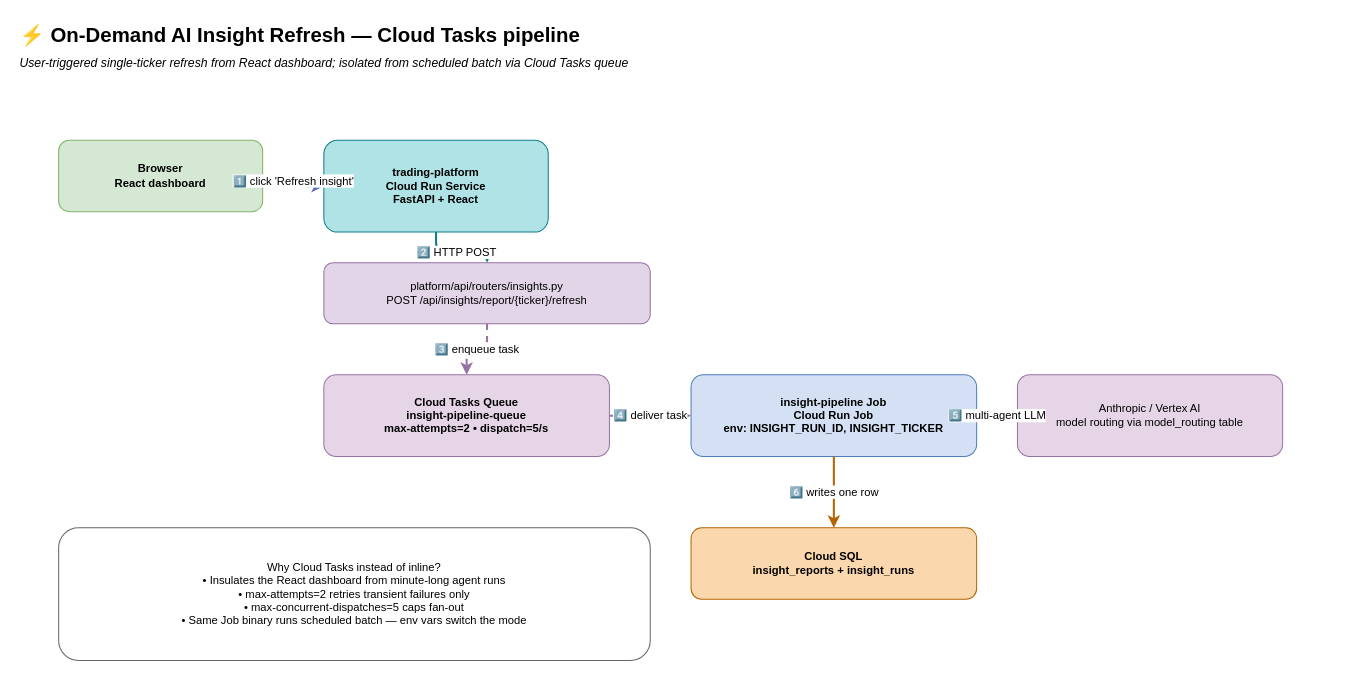
This is page "⚡ Insight Refresh" (4 of 7) of Architecture.drawio from TeneikaAskew/stocks, a draw.io file, before an edit. Source tidied: cells renumbered, new cells numbered last; positions are measured from the earlier drawing's top-left corner, leaving out a move shared by most shapes. Both pictures are drawn from the tidied source at 102%, with x=0, y=0 at pixel (17, 17).
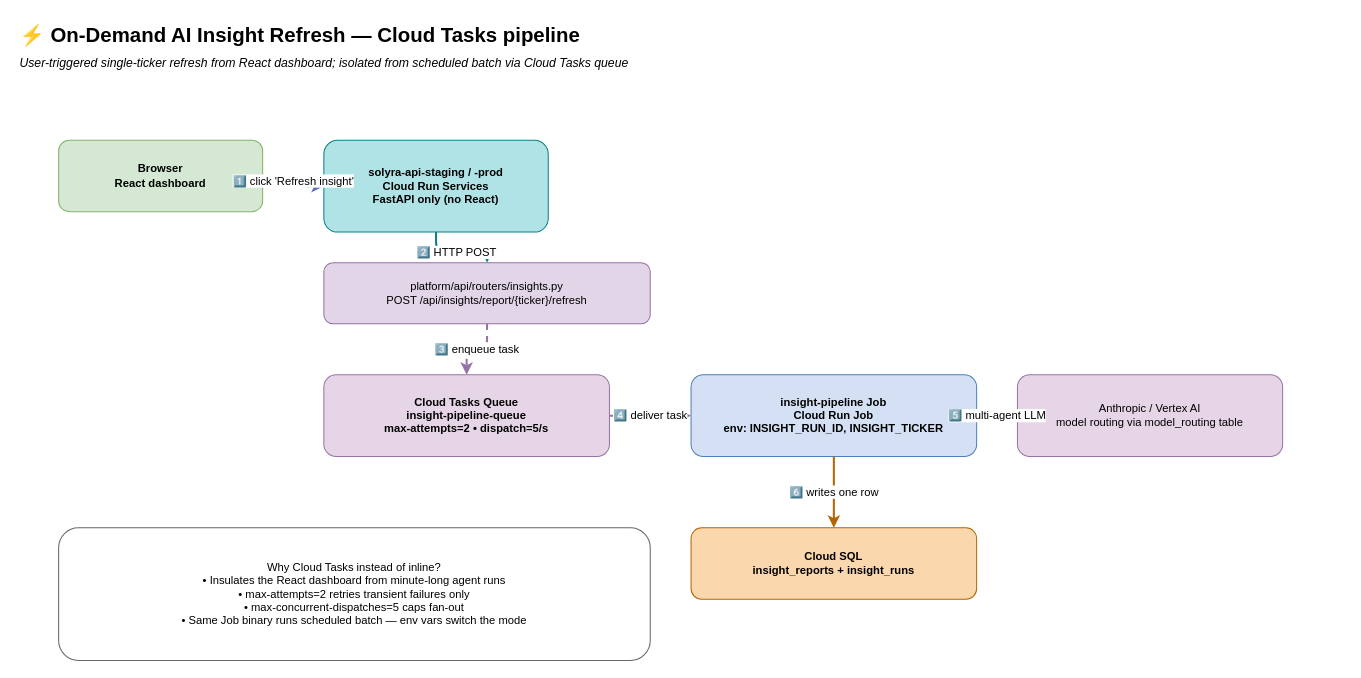
Above is the later version.

The edit, as a diff of the source:
```diff
@@
 <mxGraphModel>
   <root>
     <mxCell id="0" />
     <mxCell id="1" parent="0" />
     <mxCell id="2" value="⚡ On-Demand AI Insight Refresh — Cloud Tasks pipeline" style="text;html=1;strokeColor=none;fillColor=none;align=left;verticalAlign=middle;whiteSpace=wrap;rounded=0;fontSize=20;fontStyle=1;" parent="1" vertex="1">
       <mxGeometry width="1300" height="32" as="geometry" />
     </mxCell>
     <mxCell id="3" value="User-triggered single-ticker refresh from React dashboard; isolated from scheduled batch via Cloud Tasks queue" style="text;html=1;strokeColor=none;fillColor=none;align=left;verticalAlign=middle;whiteSpace=wrap;rounded=0;fontSize=12;fontStyle=0;fontStyle=2;" parent="1" vertex="1">
       <mxGeometry y="34" width="1300" height="22" as="geometry" />
     </mxCell>
     <mxCell id="4" value="Browser&#10;React dashboard" style="rounded=1;whiteSpace=wrap;html=1;fillColor=#d5e8d4;strokeColor=#82b366;fontSize=11;fontStyle=1;" parent="1" vertex="1">
       <mxGeometry x="40" y="120" width="200" height="70" as="geometry" />
     </mxCell>
-    <mxCell id="5" value="trading-platform&#10;Cloud Run Service&#10;FastAPI + React" style="rounded=1;whiteSpace=wrap;html=1;fillColor=#b0e3e6;strokeColor=#0e8088;fontSize=11;fontStyle=1;" parent="1" vertex="1">
+    <mxCell id="5" value="solyra-api-staging / -prod&#10;Cloud Run Services&#10;FastAPI only (no React)" style="rounded=1;whiteSpace=wrap;html=1;fillColor=#b0e3e6;strokeColor=#0e8088;fontSize=11;fontStyle=1;" parent="1" vertex="1">
       <mxGeometry x="300" y="120" width="220" height="90" as="geometry" />
     </mxCell>
     <mxCell id="6" value="platform/api/routers/insights.py&#10;POST /api/insights/report/{ticker}/refresh" style="rounded=1;whiteSpace=wrap;html=1;fillColor=#e1d5e7;strokeColor=#9673a6;fontSize=11;" parent="1" vertex="1">
       <mxGeometry x="300" y="240" width="320" height="60" as="geometry" />
     </mxCell>
     <mxCell id="7" value="Cloud Tasks Queue&#10;insight-pipeline-queue&#10;max-attempts=2 • dispatch=5/s" style="rounded=1;whiteSpace=wrap;html=1;fillColor=#e6d5e7;strokeColor=#9673a6;fontSize=11;fontStyle=1;" parent="1" vertex="1">
       <mxGeometry x="300" y="350" width="280" height="80" as="geometry" />
     </mxCell>
     <mxCell id="8" value="insight-pipeline Job&#10;Cloud Run Job&#10;env: INSIGHT_RUN_ID, INSIGHT_TICKER" style="rounded=1;whiteSpace=wrap;html=1;fillColor=#d4e1f5;strokeColor=#4d7eb8;fontSize=11;fontStyle=1;" parent="1" vertex="1">
       <mxGeometry x="660" y="350" width="280" height="80" as="geometry" />
     </mxCell>
     <mxCell id="9" value="Anthropic / Vertex AI&#10;model routing via model_routing table" style="rounded=1;whiteSpace=wrap;html=1;fillColor=#e6d5e7;strokeColor=#9673a6;fontSize=11;" parent="1" vertex="1">
       <mxGeometry x="980" y="350" width="260" height="80" as="geometry" />
     </mxCell>
     <mxCell id="10" value="Cloud SQL&#10;insight_reports + insight_runs" style="rounded=1;whiteSpace=wrap;html=1;fillColor=#fad7ac;strokeColor=#b46504;fontSize=11;fontStyle=1;" parent="1" vertex="1">
       <mxGeometry x="660" y="500" width="280" height="70" as="geometry" />
     </mxCell>
     <mxCell id="11" value="1️⃣  click 'Refresh insight'" style="exitX=1;exitY=0.5;exitDx=0;exitDy=0;entryX=0;entryY=0.5;entryDx=0;entryDy=0;endArrow=classic;html=1;edgeStyle=orthogonalEdgeStyle;rounded=1;jettySize=auto;strokeColor=#5b6abf;strokeWidth=2;" parent="1" edge="1" source="4" target="5">
       <mxGeometry relative="1" as="geometry" />
     </mxCell>
     <mxCell id="12" value="2️⃣  HTTP POST" style="exitX=0.5;exitY=1;exitDx=0;exitDy=0;entryX=0.5;entryY=0;entryDx=0;entryDy=0;endArrow=classic;html=1;edgeStyle=orthogonalEdgeStyle;rounded=1;jettySize=auto;strokeColor=#0e8088;strokeWidth=2;" parent="1" edge="1" source="5" target="6">
       <mxGeometry relative="1" as="geometry" />
     </mxCell>
     <mxCell id="13" value="3️⃣  enqueue task" style="exitX=0.5;exitY=1;exitDx=0;exitDy=0;entryX=0.5;entryY=0;entryDx=0;entryDy=0;endArrow=classic;html=1;edgeStyle=orthogonalEdgeStyle;rounded=1;jettySize=auto;strokeColor=#9673a6;strokeWidth=2;dashed=1;" parent="1" edge="1" source="6" target="7">
       <mxGeometry relative="1" as="geometry" />
     </mxCell>
     <mxCell id="14" value="4️⃣  deliver task" style="exitX=1;exitY=0.5;exitDx=0;exitDy=0;entryX=0;entryY=0.5;entryDx=0;entryDy=0;endArrow=classic;html=1;edgeStyle=orthogonalEdgeStyle;rounded=1;jettySize=auto;strokeColor=#9673a6;strokeWidth=2;dashed=1;" parent="1" edge="1" source="7" target="8">
       <mxGeometry relative="1" as="geometry" />
     </mxCell>
     <mxCell id="15" value="5️⃣  multi-agent LLM" style="exitX=1;exitY=0.5;exitDx=0;exitDy=0;entryX=0;entryY=0.5;entryDx=0;entryDy=0;endArrow=classic;html=1;edgeStyle=orthogonalEdgeStyle;rounded=1;jettySize=auto;strokeColor=#9673a6;strokeWidth=2;" parent="1" edge="1" source="8" target="9">
       <mxGeometry relative="1" as="geometry" />
     </mxCell>
     <mxCell id="16" value="6️⃣  writes one row" style="exitX=0.5;exitY=1;exitDx=0;exitDy=0;entryX=0.5;entryY=0;entryDx=0;entryDy=0;endArrow=classic;html=1;edgeStyle=orthogonalEdgeStyle;rounded=1;jettySize=auto;strokeColor=#b46504;strokeWidth=2;" parent="1" edge="1" source="8" target="10">
       <mxGeometry relative="1" as="geometry" />
     </mxCell>
     <mxCell id="17" value="Why Cloud Tasks instead of inline?&#10;• Insulates the React dashboard from minute-long agent runs&#10;• max-attempts=2 retries transient failures only&#10;• max-concurrent-dispatches=5 caps fan-out&#10;• Same Job binary runs scheduled batch — env vars switch the mode" style="rounded=1;whiteSpace=wrap;html=1;fillColor=#ffffff;strokeColor=#666666;fontSize=11;" parent="1" vertex="1">
       <mxGeometry x="40" y="500" width="580" height="130" as="geometry" />
     </mxCell>
   </root>
 </mxGraphModel>
```
